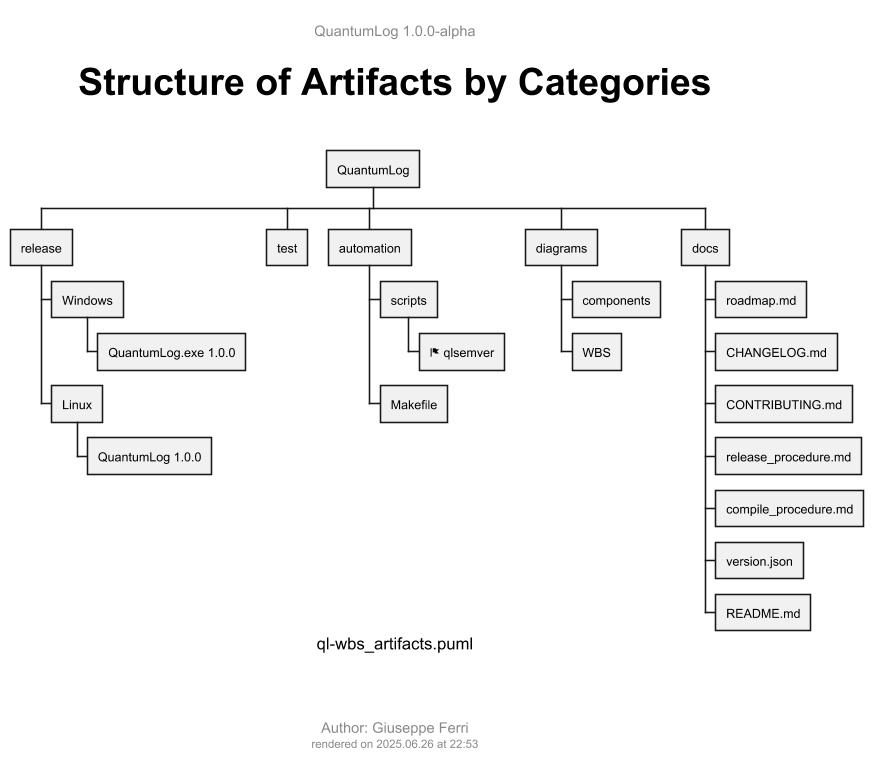
Earlier version of the PlantUML export docs/ql-diagram/ql-wbs/ql-wbs_artifacts.png (JoeFerri/QuantumLog).
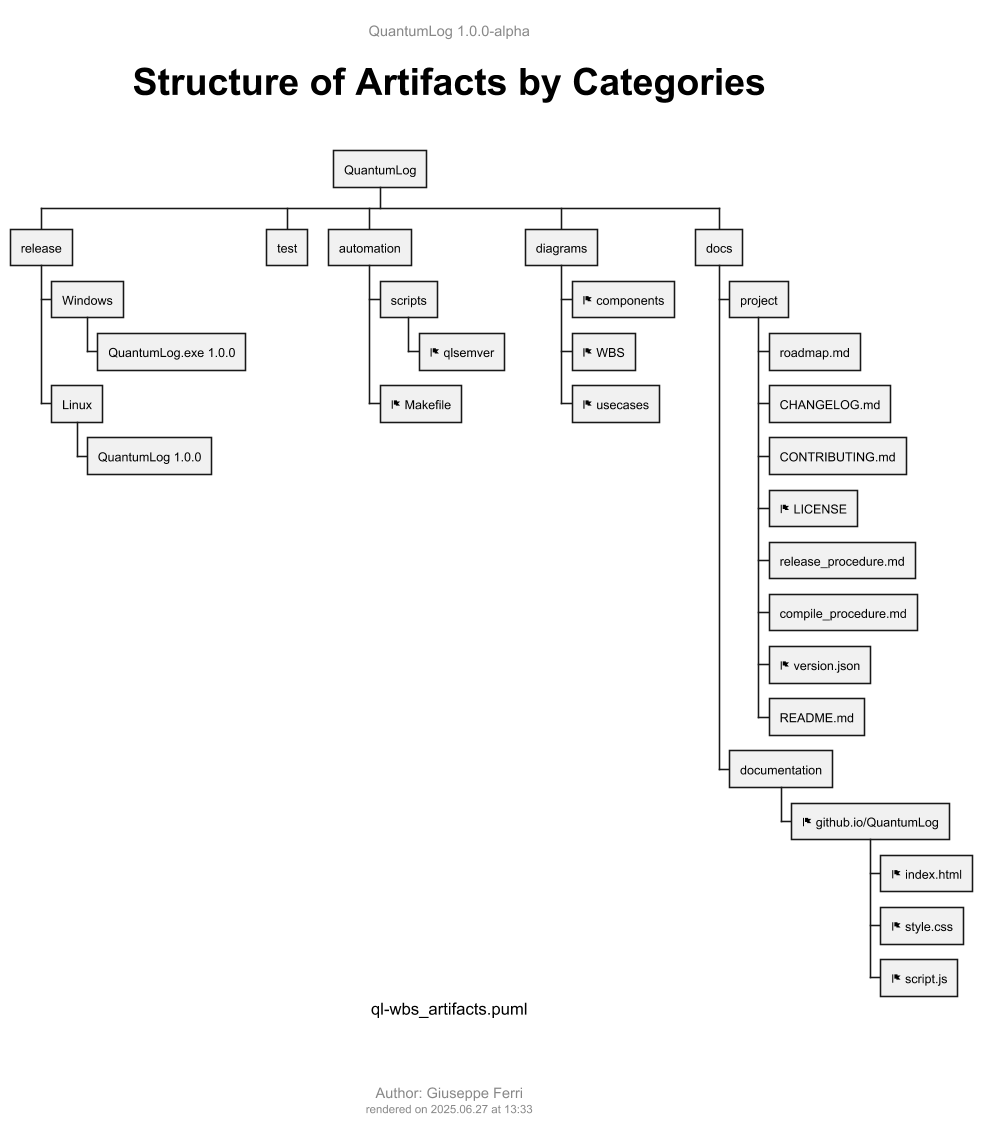
Above is the later version.

Change to the diagram source:
```diff
@@ -16,17 +16,25 @@
 ** automation
 *** scripts
 **** <&flag> qlsemver
-*** Makefile
+*** <&flag> Makefile
 ** diagrams
-*** components
-*** WBS
+*** <&flag> components
+*** <&flag> WBS
+*** <&flag> usecases
 ** docs
-*** roadmap.md
-*** CHANGELOG.md
-*** CONTRIBUTING.md
-*** release_procedure.md
-*** compile_procedure.md
-*** version.json
-*** README.md
+*** project
+**** roadmap.md
+**** CHANGELOG.md
+**** CONTRIBUTING.md
+**** <&flag> LICENSE
+**** release_procedure.md
+**** compile_procedure.md
+**** <&flag> version.json
+**** README.md
+*** documentation
+**** <&flag> github.io/QuantumLog
+***** <&flag> index.html
+***** <&flag> style.css
+***** <&flag> script.js
 
 @endwbs
```
